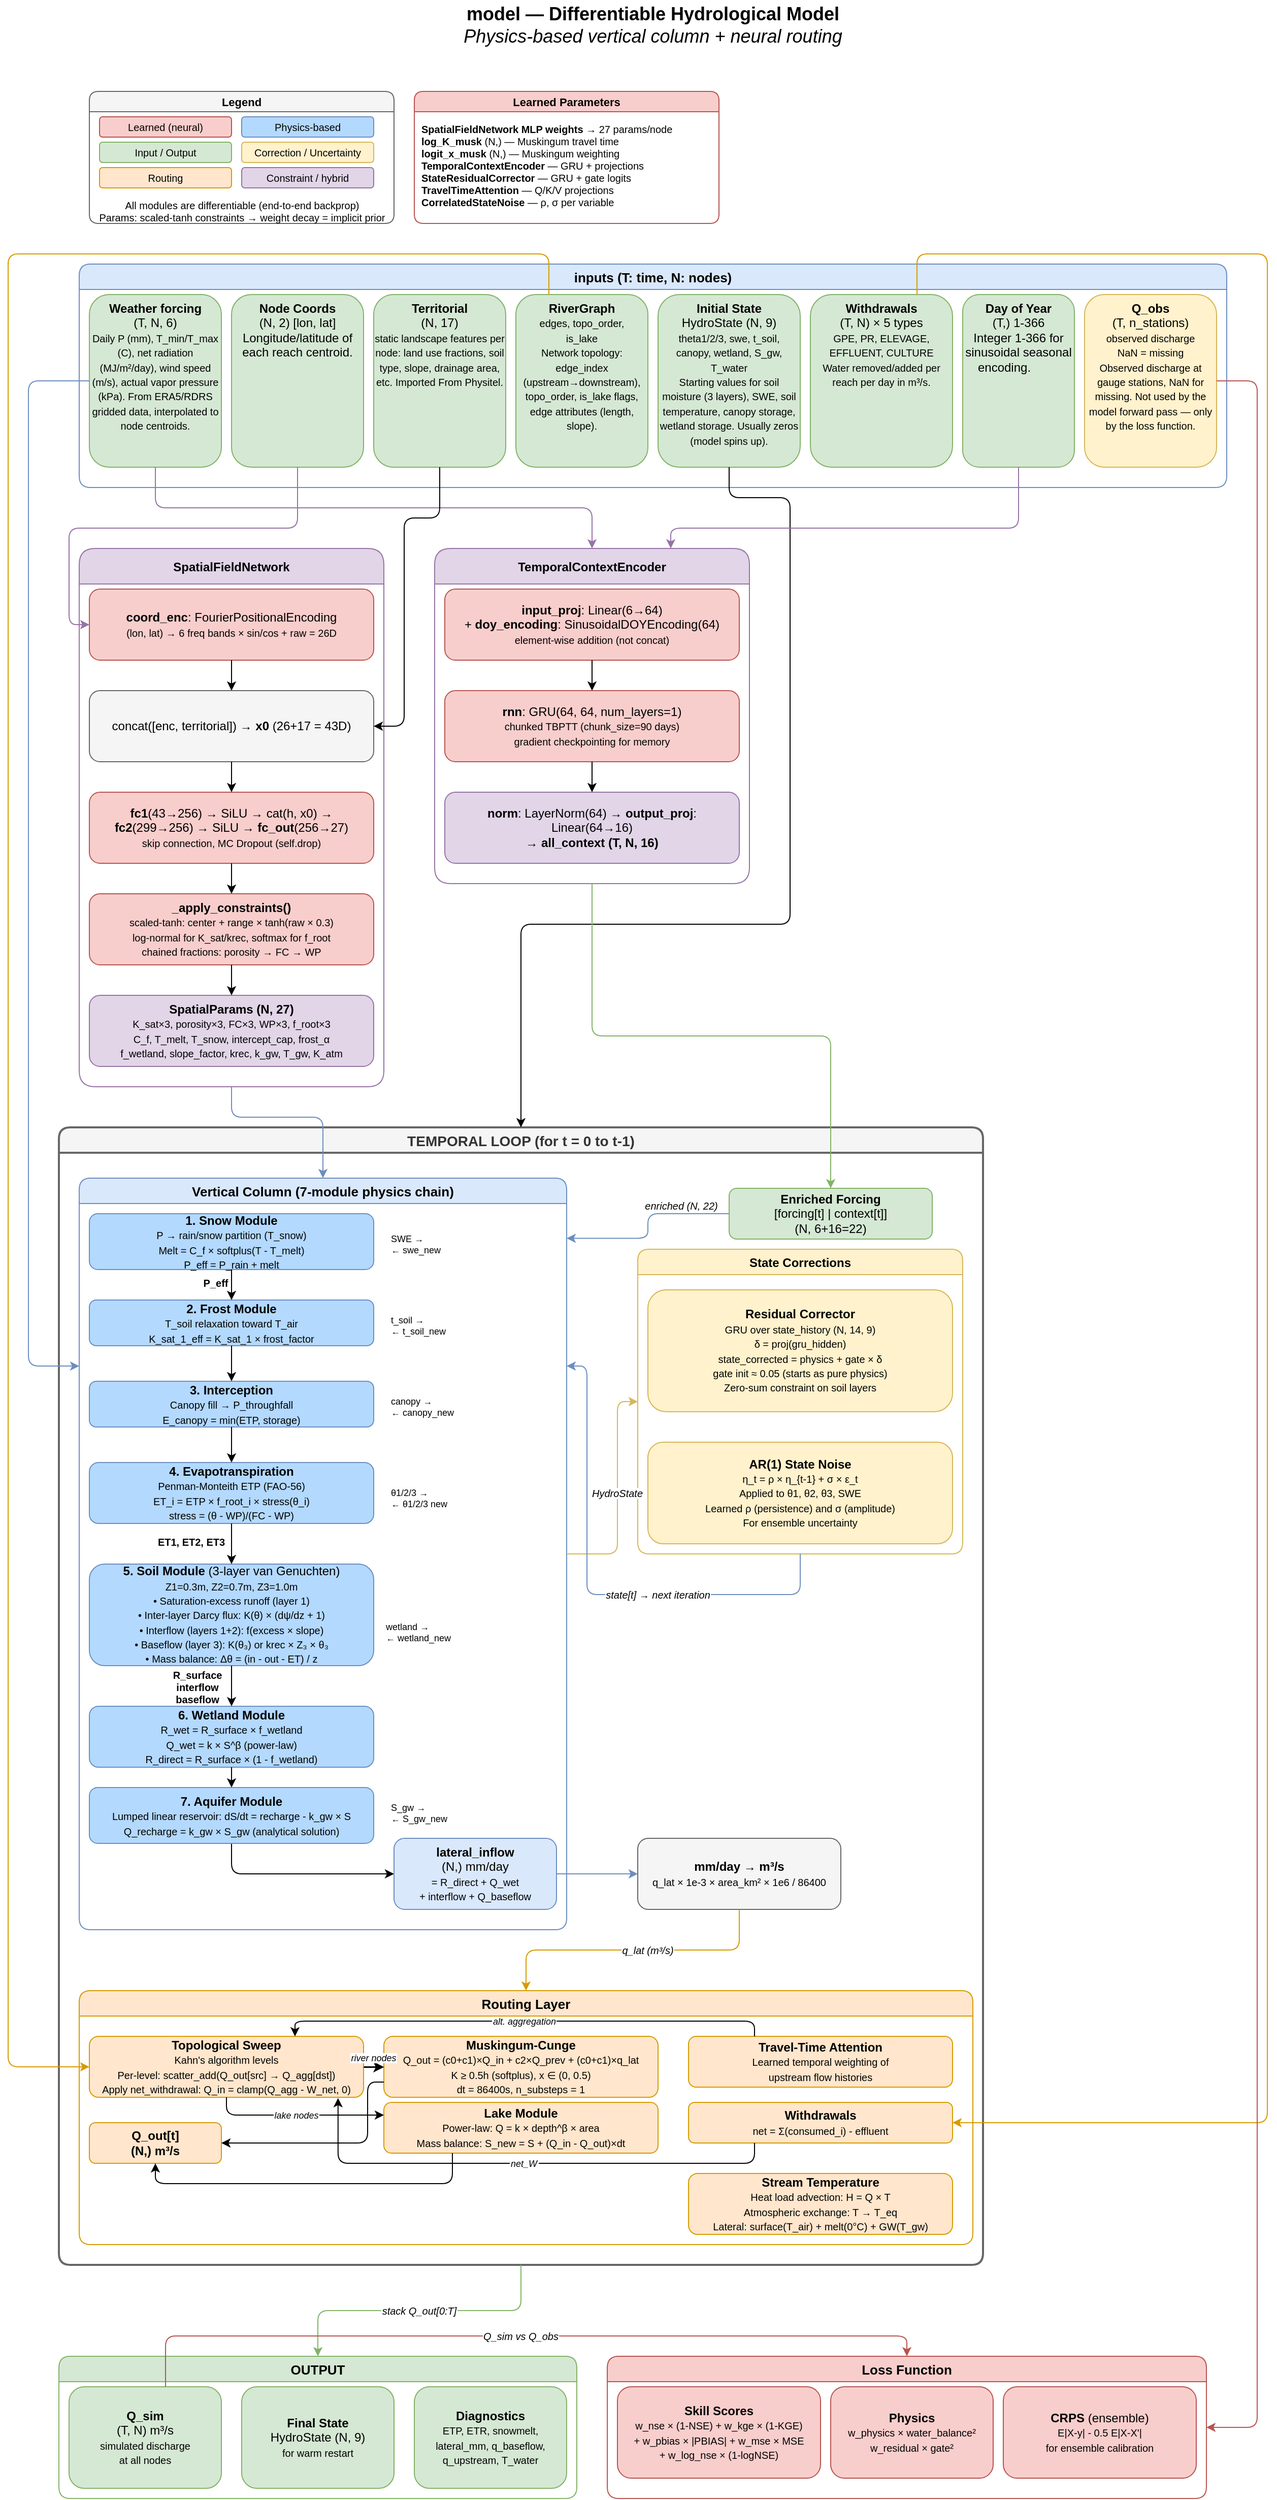
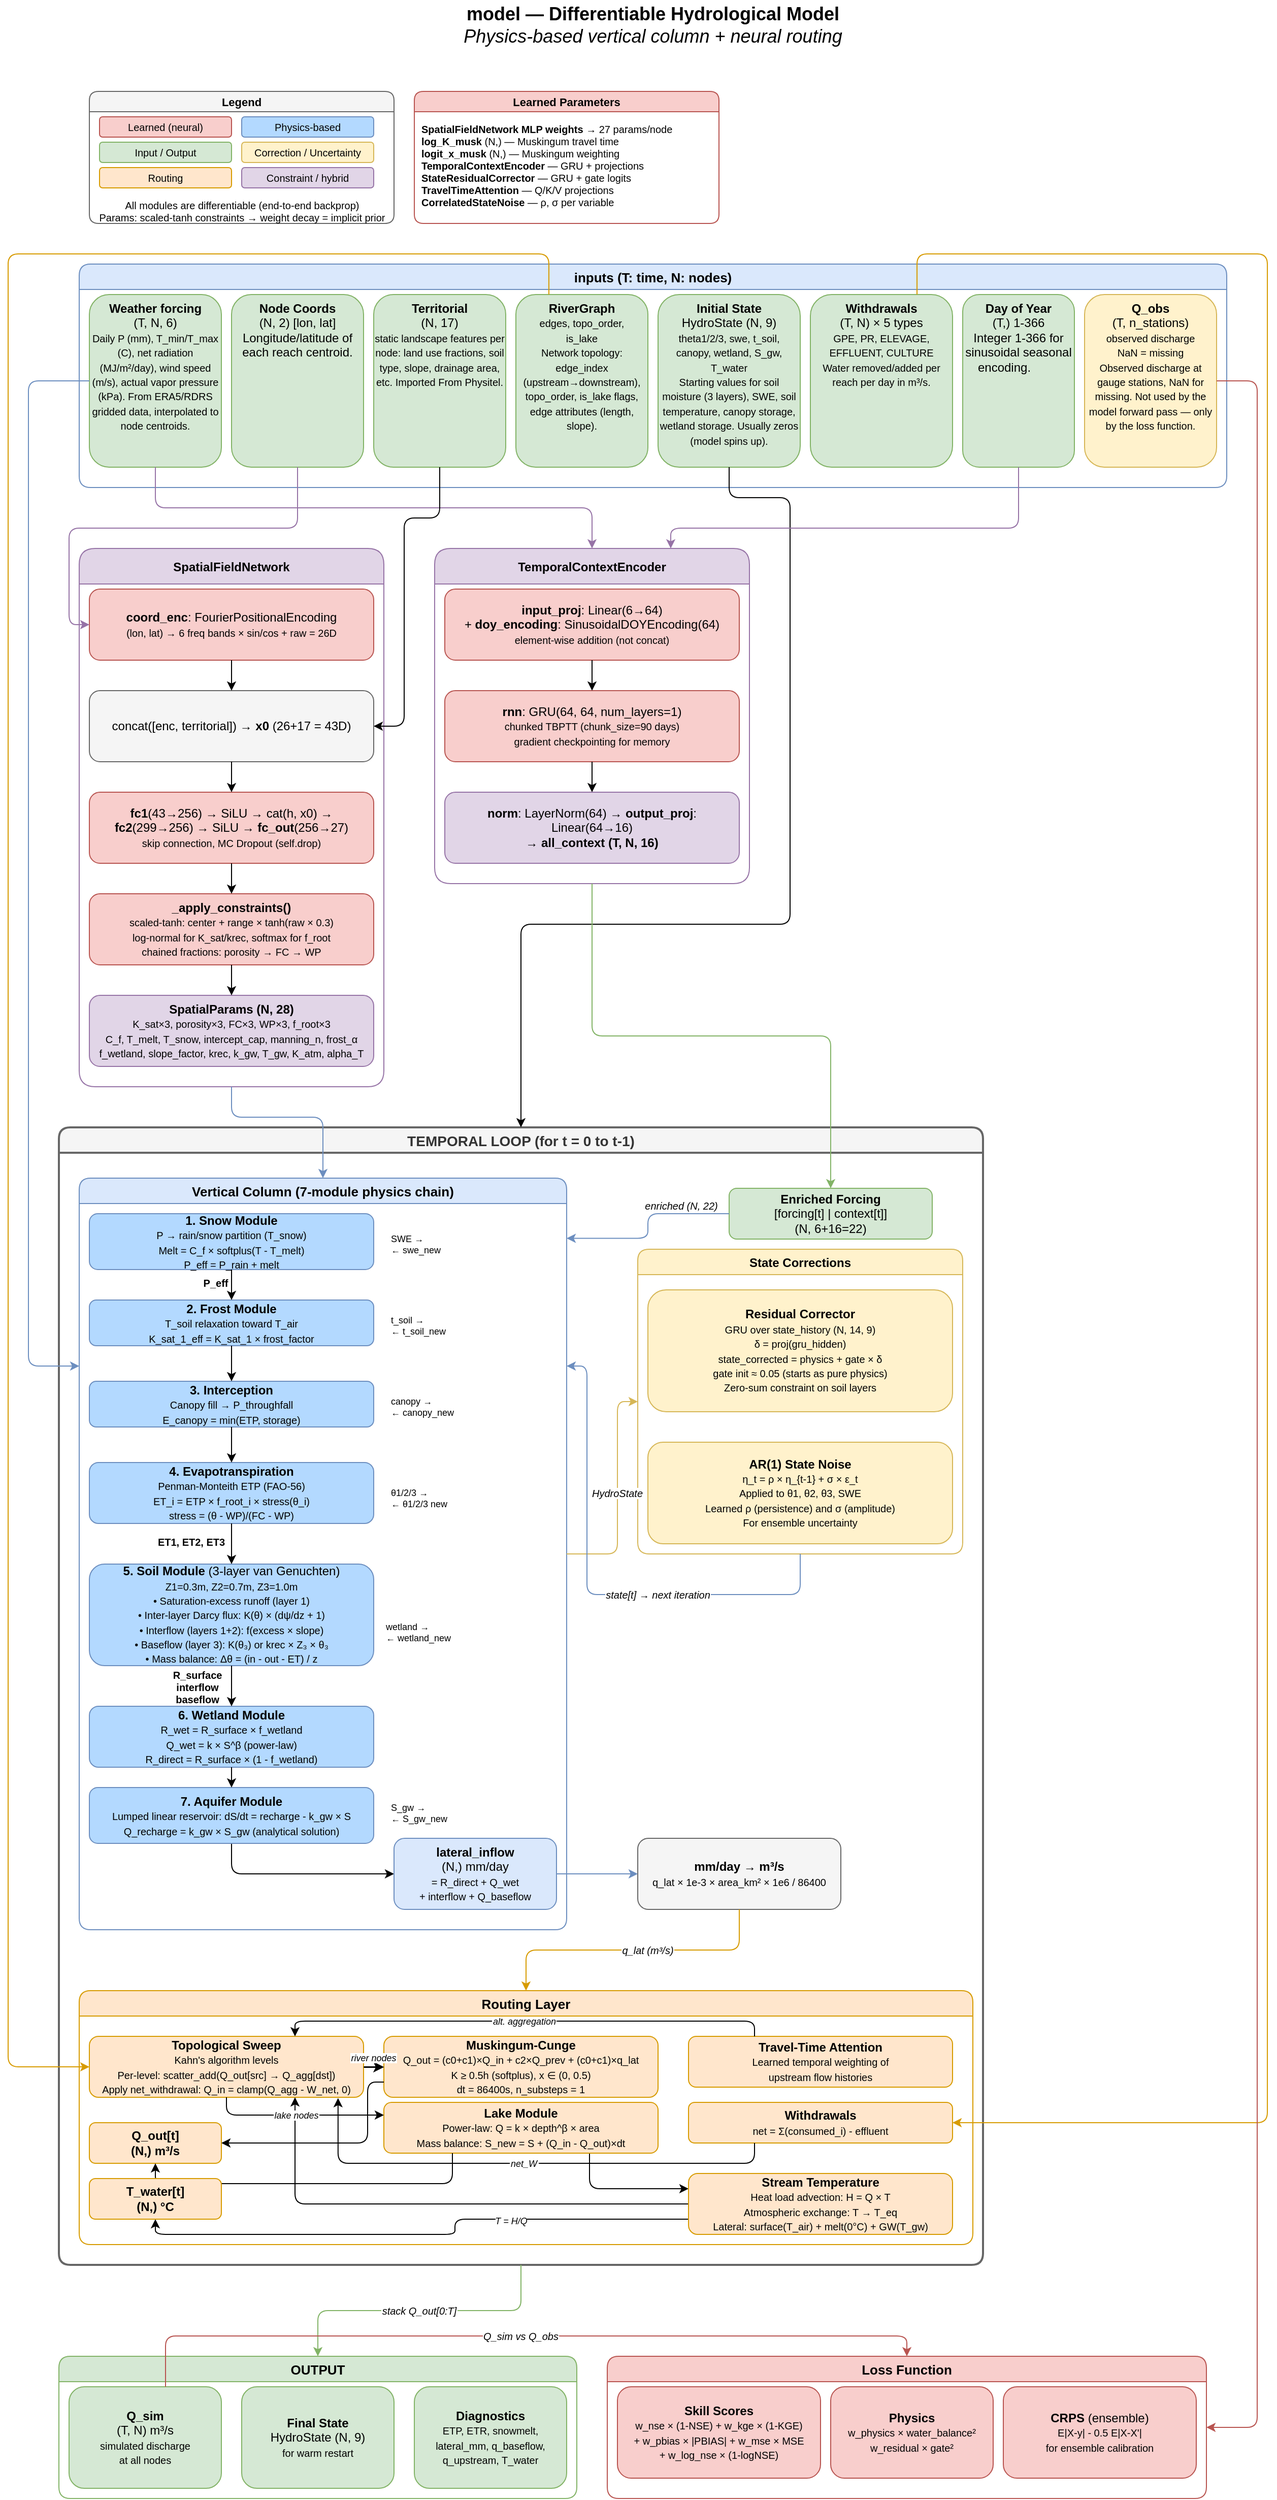
- <mxfile host="Electron" agent="Mozilla/5.0 (X11; Linux x86_64) AppleWebKit/537.36 (KHTML, like Gecko) draw.io/28.2.5 Chrome/138.0.7204.251 Electron/37.6.1 Safari/537.36" version="28.2.5">
+ <mxfile host="Electron" agent="Mozilla/5.0 (Windows NT 10.0; Win64; x64) AppleWebKit/537.36 (KHTML, like Gecko) draw.io/24.4.13 Chrome/124.0.6367.207 Electron/30.0.6 Safari/537.36" modified="2026-03-18T14:20:23.398Z" version="24.4.13" etag="7R538Uy52WXj5OYSt-JN" type="device">
  <diagram name="YHydro Architecture" id="model-arch">
-     <mxGraphModel dx="4844" dy="3473" grid="1" gridSize="10" guides="1" tooltips="1" connect="1" arrows="1" fold="1" page="0" pageScale="1" pageWidth="3300" pageHeight="2400" math="0" shadow="0">
+     <mxGraphModel dx="1834" dy="1644" grid="0" gridSize="10" guides="1" tooltips="1" connect="1" arrows="1" fold="1" page="0" pageScale="1" pageWidth="3300" pageHeight="2400" math="0" shadow="0">
      <root>
        <mxCell id="0" />
        <mxCell id="1" parent="0" />
        <mxCell id="title" value="&lt;b&gt;model — Differentiable Hydrological Model&lt;/b&gt;&lt;br&gt;&lt;i&gt;Physics-based vertical column + neural routing&lt;/i&gt;" style="text;html=1;align=center;verticalAlign=middle;whiteSpace=wrap;fontSize=18;" parent="1" vertex="1">
          <mxGeometry x="315" y="-580" width="600" height="50" as="geometry" />
        </mxCell>
        <mxCell id="grp_inputs" value="inputs (T: time, N: nodes)" style="swimlane;startSize=25;fillColor=#dae8fc;strokeColor=#6c8ebf;rounded=1;fontSize=13;" parent="1" vertex="1">
          <mxGeometry x="50" y="-320" width="1130" height="220" as="geometry" />
        </mxCell>
        <mxCell id="in_forcing" value="&lt;b&gt;Weather forcing&lt;/b&gt;&lt;br&gt;(T, N, 6)&lt;br&gt;&lt;font size=&quot;1&quot;&gt;Daily P (mm), T_min/T_max (C), net radiation (MJ/m²/day), wind speed (m/s), actual vapor pressure (kPa). From ERA5/RDRS gridded data, interpolated to node centroids.&lt;/font&gt;" style="rounded=1;whiteSpace=wrap;html=1;fillColor=#d5e8d4;strokeColor=#82b366;verticalAlign=top;" parent="grp_inputs" vertex="1">
          <mxGeometry x="10" y="30" width="130" height="170" as="geometry" />
        </mxCell>
        <mxCell id="in_coords" value="&lt;b&gt;Node Coords&lt;/b&gt;&lt;br&gt;(N, 2) [lon, lat]&lt;br&gt;Longitude/latitude of each reach centroid." style="rounded=1;whiteSpace=wrap;html=1;fillColor=#d5e8d4;strokeColor=#82b366;verticalAlign=top;" parent="grp_inputs" vertex="1">
          <mxGeometry x="150" y="30" width="130" height="170" as="geometry" />
        </mxCell>
        <mxCell id="in_terr" value="&lt;b&gt;Territorial&lt;/b&gt;&lt;br&gt;(N, 17)&lt;br&gt;&lt;font size=&quot;1&quot;&gt;static landscape features&amp;nbsp;&lt;/font&gt;&lt;span style=&quot;font-size: x-small; background-color: transparent; color: light-dark(rgb(0, 0, 0), rgb(255, 255, 255));&quot;&gt;per node: land use fractions, soil type, slope, drainage area, etc. Imported From Physitel.&lt;/span&gt;" style="rounded=1;whiteSpace=wrap;html=1;fillColor=#d5e8d4;strokeColor=#82b366;verticalAlign=top;" parent="grp_inputs" vertex="1">
          <mxGeometry x="290" y="30" width="130" height="170" as="geometry" />
        </mxCell>
        <mxCell id="in_graph" value="&lt;b&gt;RiverGraph&lt;/b&gt;&lt;br&gt;&lt;font size=&quot;1&quot;&gt;edges, topo_order,&lt;br&gt;is_lake&lt;br&gt;Network topology: edge_index (upstream→downstream), topo_order, is_lake flags, edge attributes (length, slope).&lt;/font&gt;" style="rounded=1;whiteSpace=wrap;html=1;fillColor=#d5e8d4;strokeColor=#82b366;verticalAlign=top;" parent="grp_inputs" vertex="1">
          <mxGeometry x="430" y="30" width="130" height="170" as="geometry" />
        </mxCell>
        <mxCell id="in_state" value="&lt;b&gt;Initial State&lt;/b&gt;&lt;br&gt;HydroState (N, 9)&lt;br&gt;&lt;font size=&quot;1&quot;&gt;theta1/2/3, swe, t_soil,&lt;br&gt;canopy, wetland, S_gw, T_water&lt;br&gt;Starting values for soil moisture (3 layers), SWE, soil temperature, canopy storage, wetland storage. Usually zeros (model spins up).&lt;/font&gt;" style="rounded=1;whiteSpace=wrap;html=1;fillColor=#d5e8d4;strokeColor=#82b366;verticalAlign=top;" parent="grp_inputs" vertex="1">
          <mxGeometry x="570" y="30" width="140" height="170" as="geometry" />
        </mxCell>
        <mxCell id="in_withdraw" value="&lt;b&gt;Withdrawals&lt;/b&gt;&lt;br&gt;(T, N) × 5 types&lt;br&gt;&lt;font size=&quot;1&quot;&gt;GPE, PR, ELEVAGE,&lt;br&gt;EFFLUENT, CULTURE&lt;br&gt;Water removed/added per reach per day in m³/s.&lt;/font&gt;" style="rounded=1;whiteSpace=wrap;html=1;fillColor=#d5e8d4;strokeColor=#82b366;verticalAlign=top;" parent="grp_inputs" vertex="1">
          <mxGeometry x="720" y="30" width="140" height="170" as="geometry" />
        </mxCell>
        <mxCell id="in_doy" value="&lt;b&gt;Day of Year&lt;/b&gt;&lt;br&gt;(T,) 1-366&lt;br&gt;Integer 1-366 for sinusoidal seasonal encoding.&lt;span style=&quot;white-space:pre&quot;&gt;&#x9;&lt;/span&gt;" style="rounded=1;whiteSpace=wrap;html=1;fillColor=#d5e8d4;strokeColor=#82b366;verticalAlign=top;" parent="grp_inputs" vertex="1">
          <mxGeometry x="870" y="30" width="110" height="170" as="geometry" />
        </mxCell>
        <mxCell id="in_qobs" value="&lt;b&gt;Q_obs&lt;/b&gt;&lt;br&gt;(T, n_stations)&lt;br&gt;&lt;font size=&quot;1&quot;&gt;observed discharge&lt;br&gt;NaN = missing&lt;br&gt;Observed discharge at gauge stations, NaN for missing. Not used by the model forward pass — only by the loss function.&lt;/font&gt;" style="rounded=1;whiteSpace=wrap;html=1;fillColor=#fff2cc;strokeColor=#d6b656;verticalAlign=top;" parent="grp_inputs" vertex="1">
          <mxGeometry x="990" y="30" width="130" height="170" as="geometry" />
        </mxCell>
        <mxCell id="grp_spatial" value="SpatialFieldNetwork" style="swimlane;startSize=35;fillColor=#e1d5e7;strokeColor=#9673a6;rounded=1;fontSize=12;" parent="1" vertex="1">
          <mxGeometry x="50" y="-40" width="300" height="530" as="geometry" />
        </mxCell>
        <mxCell id="sp_fourier" value="&lt;b&gt;coord_enc&lt;/b&gt;: FourierPositionalEncoding&lt;br&gt;&lt;font size=&quot;1&quot;&gt;(lon, lat) → 6 freq bands × sin/cos + raw = 26D&lt;/font&gt;" style="rounded=1;whiteSpace=wrap;html=1;fillColor=#f8cecc;strokeColor=#b85450;" parent="grp_spatial" vertex="1">
          <mxGeometry x="10" y="40" width="280" height="70" as="geometry" />
        </mxCell>
        <mxCell id="sp_concat" value="concat([enc, territorial]) → &lt;b&gt;x0&lt;/b&gt; (26+17 = 43D)" style="rounded=1;whiteSpace=wrap;html=1;fillColor=#f5f5f5;strokeColor=#666666;" parent="grp_spatial" vertex="1">
          <mxGeometry x="10" y="140" width="280" height="70" as="geometry" />
        </mxCell>
-         <mxCell id="sp_output" value="&lt;b&gt;SpatialParams (N, 27)&lt;/b&gt;&lt;br&gt;&lt;font size=&quot;1&quot;&gt;K_sat×3, porosity×3, FC×3, WP×3, f_root×3&lt;br&gt;C_f, T_melt, T_snow, intercept_cap, frost_α&lt;br&gt;f_wetland, slope_factor, krec, k_gw, T_gw, K_atm&lt;/font&gt;" style="rounded=1;whiteSpace=wrap;html=1;fillColor=#e1d5e7;strokeColor=#9673a6;fontStyle=0;" parent="grp_spatial" vertex="1">
+         <mxCell id="sp_output" value="&lt;b&gt;SpatialParams (N, 28)&lt;/b&gt;&lt;br&gt;&lt;font size=&quot;1&quot;&gt;K_sat×3, porosity×3, FC×3, WP×3, f_root×3&lt;br&gt;C_f, T_melt, T_snow, intercept_cap, manning_n, frost_α&lt;br&gt;f_wetland, slope_factor, krec, k_gw, T_gw, K_atm, alpha_T&lt;/font&gt;" style="rounded=1;whiteSpace=wrap;html=1;fillColor=#e1d5e7;strokeColor=#9673a6;fontStyle=0;" parent="grp_spatial" vertex="1">
          <mxGeometry x="10" y="440" width="280" height="70" as="geometry" />
        </mxCell>
        <mxCell id="sp_constraints" value="&lt;b&gt;_apply_constraints()&lt;/b&gt;&lt;br&gt;&lt;font size=&quot;1&quot;&gt;scaled-tanh: center + range × tanh(raw × 0.3)&lt;br&gt;log-normal for K_sat/krec, softmax for f_root&lt;br&gt;chained fractions: porosity → FC → WP&lt;/font&gt;" style="rounded=1;whiteSpace=wrap;html=1;fillColor=#f8cecc;strokeColor=#b85450;" parent="grp_spatial" vertex="1">
          <mxGeometry x="10" y="340" width="280" height="70" as="geometry" />
        </mxCell>
        <mxCell id="sp_mlp" value="&lt;b&gt;fc1&lt;/b&gt;(43→256) → SiLU → cat(h, x0) →&lt;br&gt;&lt;b&gt;fc2&lt;/b&gt;(299→256) → SiLU → &lt;b&gt;fc_out&lt;/b&gt;(256→27)&lt;br&gt;&lt;font size=&quot;1&quot;&gt;skip connection, MC Dropout (self.drop)&lt;/font&gt;" style="rounded=1;whiteSpace=wrap;html=1;fillColor=#f8cecc;strokeColor=#b85450;" parent="grp_spatial" vertex="1">
          <mxGeometry x="10" y="240" width="280" height="70" as="geometry" />
        </mxCell>
        <mxCell id="spa1" style="edgeStyle=orthogonalEdgeStyle;strokeWidth=1;" parent="grp_spatial" source="sp_fourier" target="sp_concat" edge="1">
          <mxGeometry relative="1" as="geometry" />
        </mxCell>
        <mxCell id="spa2" style="edgeStyle=orthogonalEdgeStyle;strokeWidth=1;" parent="grp_spatial" source="sp_concat" target="sp_mlp" edge="1">
          <mxGeometry relative="1" as="geometry" />
        </mxCell>
        <mxCell id="spa3" style="edgeStyle=orthogonalEdgeStyle;strokeWidth=1;" parent="grp_spatial" source="sp_mlp" target="sp_constraints" edge="1">
          <mxGeometry relative="1" as="geometry" />
        </mxCell>
        <mxCell id="spa4" style="edgeStyle=orthogonalEdgeStyle;strokeWidth=1;" parent="grp_spatial" source="sp_constraints" target="sp_output" edge="1">
          <mxGeometry relative="1" as="geometry" />
        </mxCell>
        <mxCell id="grp_tce" value="TemporalContextEncoder" style="swimlane;startSize=35;fillColor=#e1d5e7;strokeColor=#9673a6;rounded=1;fontSize=12;" parent="1" vertex="1">
          <mxGeometry x="400" y="-40" width="310" height="330" as="geometry" />
        </mxCell>
        <mxCell id="tce_proj" value="&lt;b&gt;input_proj&lt;/b&gt;: Linear(6→64)&lt;br&gt;+ &lt;b&gt;doy_encoding&lt;/b&gt;: SinusoidalDOYEncoding(64)&lt;br&gt;&lt;font size=&quot;1&quot;&gt;element-wise addition (not concat)&lt;/font&gt;" style="rounded=1;whiteSpace=wrap;html=1;fillColor=#f8cecc;strokeColor=#b85450;" parent="grp_tce" vertex="1">
          <mxGeometry x="10" y="40" width="290" height="70" as="geometry" />
        </mxCell>
        <mxCell id="tce_gru" value="&lt;b&gt;rnn&lt;/b&gt;: GRU(64, 64, num_layers=1)&lt;br&gt;&lt;font size=&quot;1&quot;&gt;chunked TBPTT (chunk_size=90 days)&lt;br&gt;gradient checkpointing for memory&lt;/font&gt;" style="rounded=1;whiteSpace=wrap;html=1;fillColor=#f8cecc;strokeColor=#b85450;" parent="grp_tce" vertex="1">
          <mxGeometry x="10" y="140" width="290" height="70" as="geometry" />
        </mxCell>
        <mxCell id="tce_out" value="&lt;b&gt;norm&lt;/b&gt;: LayerNorm(64) → &lt;b&gt;output_proj&lt;/b&gt;: Linear(64→16)&lt;br&gt;→ &lt;b&gt;all_context (T, N, 16)&lt;/b&gt;" style="rounded=1;whiteSpace=wrap;html=1;fillColor=#e1d5e7;strokeColor=#9673a6;" parent="grp_tce" vertex="1">
          <mxGeometry x="10" y="240" width="290" height="70" as="geometry" />
        </mxCell>
        <mxCell id="tca1" style="edgeStyle=orthogonalEdgeStyle;strokeWidth=1;" parent="grp_tce" source="tce_proj" target="tce_gru" edge="1">
          <mxGeometry relative="1" as="geometry" />
        </mxCell>
        <mxCell id="tca2" style="edgeStyle=orthogonalEdgeStyle;strokeWidth=1;" parent="grp_tce" source="tce_gru" target="tce_out" edge="1">
          <mxGeometry relative="1" as="geometry" />
        </mxCell>
        <mxCell id="grp_temporal" value="TEMPORAL LOOP (for t = 0 to t-1)" style="swimlane;startSize=25;fillColor=#f5f5f5;strokeColor=#666666;strokeWidth=2;rounded=1;fontSize=14;fontColor=#333333;" parent="1" vertex="1">
          <mxGeometry x="30" y="530" width="910" height="1120" as="geometry" />
        </mxCell>
        <mxCell id="enrich" value="&lt;b&gt;Enriched Forcing&lt;/b&gt;&lt;br&gt;[forcing[t] | context[t]]&lt;br&gt;(N, 6+16=22)" style="rounded=1;whiteSpace=wrap;html=1;fillColor=#d5e8d4;strokeColor=#82b366;" parent="grp_temporal" vertex="1">
          <mxGeometry x="660" y="60" width="200" height="50" as="geometry" />
        </mxCell>
        <mxCell id="grp_vertical" value="Vertical Column (7-module physics chain)" style="swimlane;startSize=25;fillColor=#dae8fc;strokeColor=#6c8ebf;rounded=1;fontSize=13;" parent="grp_temporal" vertex="1">
          <mxGeometry x="20" y="50" width="480" height="740" as="geometry" />
        </mxCell>
        <mxCell id="v_snow" value="&lt;b&gt;1. Snow Module&lt;/b&gt;&lt;br&gt;&lt;font size=&quot;1&quot;&gt;P → rain/snow partition (T_snow)&lt;br&gt;Melt = C_f × softplus(T - T_melt)&lt;br&gt;P_eff = P_rain + melt&lt;/font&gt;" style="rounded=1;whiteSpace=wrap;html=1;fillColor=#b3d9ff;strokeColor=#6c8ebf;" parent="grp_vertical" vertex="1">
          <mxGeometry x="10" y="35" width="280" height="55" as="geometry" />
        </mxCell>
        <mxCell id="v_snow_io" value="SWE →&lt;br&gt;← swe_new" style="text;html=1;fontSize=9;align=left;" parent="grp_vertical" vertex="1">
          <mxGeometry x="305" y="47.5" width="80" height="30" as="geometry" />
        </mxCell>
        <mxCell id="v_snow_out" value="&lt;b&gt;P_eff&lt;/b&gt;" style="text;html=1;fontSize=10;fontStyle=1;align=center;verticalAlign=middle;" parent="grp_vertical" vertex="1">
          <mxGeometry x="104" y="95" width="60" height="15" as="geometry" />
        </mxCell>
        <mxCell id="v_frost" value="&lt;b&gt;2. Frost Module&lt;/b&gt;&lt;br&gt;&lt;font size=&quot;1&quot;&gt;T_soil relaxation toward T_air&lt;br&gt;K_sat_1_eff = K_sat_1 × frost_factor&lt;/font&gt;" style="rounded=1;whiteSpace=wrap;html=1;fillColor=#b3d9ff;strokeColor=#6c8ebf;" parent="grp_vertical" vertex="1">
          <mxGeometry x="10" y="120" width="280" height="45" as="geometry" />
        </mxCell>
        <mxCell id="v_frost_io" value="t_soil →&lt;br&gt;← t_soil_new" style="text;html=1;fontSize=9;align=left;" parent="grp_vertical" vertex="1">
          <mxGeometry x="305" y="127.5" width="80" height="30" as="geometry" />
        </mxCell>
        <mxCell id="v_intercept" value="&lt;b&gt;3. Interception&lt;/b&gt;&lt;br&gt;&lt;font size=&quot;1&quot;&gt;Canopy fill → P_throughfall&lt;br&gt;E_canopy = min(ETP, storage)&lt;/font&gt;" style="rounded=1;whiteSpace=wrap;html=1;fillColor=#b3d9ff;strokeColor=#6c8ebf;" parent="grp_vertical" vertex="1">
          <mxGeometry x="10" y="200" width="280" height="45" as="geometry" />
        </mxCell>
        <mxCell id="v_int_io" value="canopy →&lt;br&gt;← canopy_new" style="text;html=1;fontSize=9;align=left;" parent="grp_vertical" vertex="1">
          <mxGeometry x="305" y="207.5" width="90" height="30" as="geometry" />
        </mxCell>
        <mxCell id="v_et" value="&lt;b&gt;4. Evapotranspiration&lt;/b&gt;&lt;br&gt;&lt;font size=&quot;1&quot;&gt;Penman-Monteith ETP (FAO-56)&lt;br&gt;ET_i = ETP × f_root_i × stress(θ_i)&lt;br&gt;stress = (θ - WP)/(FC - WP)&lt;/font&gt;" style="rounded=1;whiteSpace=wrap;html=1;fillColor=#b3d9ff;strokeColor=#6c8ebf;" parent="grp_vertical" vertex="1">
          <mxGeometry x="10" y="280" width="280" height="60" as="geometry" />
        </mxCell>
        <mxCell id="v_et_out" value="&lt;b&gt;ET1, ET2, ET3&lt;/b&gt;" style="text;html=1;fontSize=10;fontStyle=1;align=center;verticalAlign=middle;" parent="grp_vertical" vertex="1">
          <mxGeometry x="60" y="350" width="100" height="15" as="geometry" />
        </mxCell>
        <mxCell id="v_soil" value="&lt;b&gt;5. Soil Module&lt;/b&gt; (3-layer van Genuchten)&lt;br&gt;&lt;font size=&quot;1&quot;&gt;Z1=0.3m, Z2=0.7m, Z3=1.0m&lt;br&gt;• Saturation-excess runoff (layer 1)&lt;br&gt;• Inter-layer Darcy flux: K(θ) × (dψ/dz + 1)&lt;br&gt;• Interflow (layers 1+2): f(excess × slope)&lt;br&gt;• Baseflow (layer 3): K(θ₃) or krec × Z₃ × θ₃&lt;br&gt;• Mass balance: Δθ = (in - out - ET) / z&lt;/font&gt;" style="rounded=1;whiteSpace=wrap;html=1;fillColor=#b3d9ff;strokeColor=#6c8ebf;" parent="grp_vertical" vertex="1">
          <mxGeometry x="10" y="380" width="280" height="100" as="geometry" />
        </mxCell>
        <mxCell id="v_soil_io" value="θ1/2/3 →&lt;br&gt;← θ1/2/3 new" style="text;html=1;fontSize=9;align=left;" parent="grp_vertical" vertex="1">
          <mxGeometry x="305" y="298" width="80" height="30" as="geometry" />
        </mxCell>
        <mxCell id="v_soil_out" value="&lt;b&gt;R_surface&lt;br&gt;interflow&lt;br&gt;baseflow&lt;/b&gt;" style="text;html=1;fontSize=10;fontStyle=1;align=center;" parent="grp_vertical" vertex="1">
          <mxGeometry x="76" y="477" width="80" height="40" as="geometry" />
        </mxCell>
        <mxCell id="v_wetland" value="&lt;b&gt;6. Wetland Module&lt;/b&gt;&lt;br&gt;&lt;font size=&quot;1&quot;&gt;R_wet = R_surface × f_wetland&lt;br&gt;Q_wet = k × S^β (power-law)&lt;br&gt;R_direct = R_surface × (1 - f_wetland)&lt;/font&gt;" style="rounded=1;whiteSpace=wrap;html=1;fillColor=#b3d9ff;strokeColor=#6c8ebf;" parent="grp_vertical" vertex="1">
          <mxGeometry x="10" y="520" width="280" height="60" as="geometry" />
        </mxCell>
        <mxCell id="v_wet_io" value="wetland →&lt;br&gt;← wetland_new" style="text;html=1;fontSize=9;align=left;" parent="grp_vertical" vertex="1">
          <mxGeometry x="300" y="430" width="90" height="30" as="geometry" />
        </mxCell>
        <mxCell id="FtdpPyqYreaSlpyzp5ir-1" style="edgeStyle=orthogonalEdgeStyle;rounded=1;orthogonalLoop=1;jettySize=auto;html=1;exitX=0.5;exitY=1;exitDx=0;exitDy=0;entryX=0;entryY=0.5;entryDx=0;entryDy=0;curved=0;" parent="grp_vertical" source="v_aquifer" target="v_wet_out" edge="1">
          <mxGeometry relative="1" as="geometry" />
        </mxCell>
        <mxCell id="v_aquifer" value="&lt;b&gt;7. Aquifer Module&lt;/b&gt;&lt;br&gt;&lt;font size=&quot;1&quot;&gt;Lumped linear reservoir: dS/dt = recharge - k_gw × S&lt;br&gt;Q_recharge = k_gw × S_gw (analytical solution)&lt;/font&gt;" style="rounded=1;whiteSpace=wrap;html=1;fillColor=#b3d9ff;strokeColor=#6c8ebf;" parent="grp_vertical" vertex="1">
          <mxGeometry x="10" y="600" width="280" height="55" as="geometry" />
        </mxCell>
        <mxCell id="v_aq_io" value="S_gw →&lt;br&gt;← S_gw_new" style="text;html=1;fontSize=9;align=left;" parent="grp_vertical" vertex="1">
          <mxGeometry x="305" y="608" width="80" height="30" as="geometry" />
        </mxCell>
        <mxCell id="va6" style="edgeStyle=orthogonalEdgeStyle;strokeWidth=1;" parent="grp_vertical" source="v_wetland" target="v_aquifer" edge="1">
          <mxGeometry relative="1" as="geometry" />
        </mxCell>
        <mxCell id="v_wet_out" value="&lt;b&gt;lateral_inflow&lt;/b&gt;&lt;br&gt;(N,) mm/day&lt;br&gt;&lt;font size=&quot;1&quot;&gt;= R_direct + Q_wet&lt;br&gt;+ interflow + Q_baseflow&lt;/font&gt;" style="rounded=1;whiteSpace=wrap;html=1;fillColor=#dae8fc;strokeColor=#6c8ebf;fontStyle=0;" parent="grp_vertical" vertex="1">
          <mxGeometry x="310" y="650" width="160" height="70" as="geometry" />
        </mxCell>
        <mxCell id="va1" style="edgeStyle=orthogonalEdgeStyle;strokeWidth=1;" parent="grp_vertical" source="v_snow" target="v_frost" edge="1">
          <mxGeometry relative="1" as="geometry" />
        </mxCell>
        <mxCell id="va2" style="edgeStyle=orthogonalEdgeStyle;strokeWidth=1;" parent="grp_vertical" source="v_frost" target="v_intercept" edge="1">
          <mxGeometry relative="1" as="geometry" />
        </mxCell>
        <mxCell id="va3" style="edgeStyle=orthogonalEdgeStyle;strokeWidth=1;" parent="grp_vertical" source="v_intercept" target="v_et" edge="1">
          <mxGeometry relative="1" as="geometry" />
        </mxCell>
        <mxCell id="va4" style="edgeStyle=orthogonalEdgeStyle;strokeWidth=1;" parent="grp_vertical" source="v_et" target="v_soil" edge="1">
          <mxGeometry relative="1" as="geometry" />
        </mxCell>
        <mxCell id="va5" style="edgeStyle=orthogonalEdgeStyle;strokeWidth=1;" parent="grp_vertical" source="v_soil" target="v_wetland" edge="1">
          <mxGeometry relative="1" as="geometry" />
        </mxCell>
        <mxCell id="grp_corrections" value="State Corrections" style="swimlane;startSize=25;fillColor=#fff2cc;strokeColor=#d6b656;rounded=1;fontSize=12;" parent="grp_temporal" vertex="1">
          <mxGeometry x="570" y="120" width="320" height="300" as="geometry" />
        </mxCell>
        <mxCell id="residual" value="&lt;b&gt;Residual Corrector&lt;/b&gt;&lt;br&gt;&lt;font size=&quot;1&quot;&gt;GRU over state_history (N, 14, 9)&lt;br&gt;δ = proj(gru_hidden)&lt;br&gt;state_corrected = physics + gate × δ&lt;br&gt;gate init ≈ 0.05 (starts as pure physics)&lt;br&gt;Zero-sum constraint on soil layers&lt;/font&gt;" style="rounded=1;whiteSpace=wrap;html=1;fillColor=#fff2cc;strokeColor=#d6b656;" parent="grp_corrections" vertex="1">
          <mxGeometry x="10" y="40" width="300" height="120" as="geometry" />
        </mxCell>
        <mxCell id="noise" value="&lt;b&gt;AR(1) State Noise&lt;/b&gt;&lt;br&gt;&lt;font size=&quot;1&quot;&gt;η_t = ρ × η_{t-1} + σ × ε_t&lt;br&gt;Applied to θ1, θ2, θ3, SWE&lt;br&gt;Learned ρ (persistence) and σ (amplitude)&lt;br&gt;For ensemble uncertainty&lt;/font&gt;" style="rounded=1;whiteSpace=wrap;html=1;fillColor=#fff2cc;strokeColor=#d6b656;" parent="grp_corrections" vertex="1">
          <mxGeometry x="10" y="190" width="300" height="100" as="geometry" />
        </mxCell>
        <mxCell id="arr_vc" value="HydroState" style="edgeStyle=orthogonalEdgeStyle;curved=0;strokeWidth=1;strokeColor=#d6b656;fontStyle=2;fontSize=10;rounded=1;fillColor=#fff2cc;" parent="grp_temporal" source="grp_vertical" target="grp_corrections" edge="1">
          <mxGeometry relative="1" as="geometry">
            <Array as="points">
              <mxPoint x="550" y="420" />
              <mxPoint x="550" y="270" />
            </Array>
          </mxGeometry>
        </mxCell>
        <mxCell id="convert" value="&lt;b&gt;mm/day → m³/s&lt;/b&gt;&lt;br&gt;&lt;font size=&quot;1&quot;&gt;q_lat × 1e-3 × area_km² × 1e6 / 86400&lt;/font&gt;" style="rounded=1;whiteSpace=wrap;html=1;fillColor=#f5f5f5;strokeColor=#666666;" parent="grp_temporal" vertex="1">
          <mxGeometry x="570" y="700" width="200" height="70" as="geometry" />
        </mxCell>
        <mxCell id="arr_lat_conv" style="edgeStyle=orthogonalEdgeStyle;curved=1;strokeWidth=1;strokeColor=#6c8ebf;" parent="grp_temporal" source="v_wet_out" target="convert" edge="1">
          <mxGeometry relative="1" as="geometry" />
        </mxCell>
        <mxCell id="grp_routing" value="Routing Layer" style="swimlane;startSize=25;fillColor=#ffe6cc;strokeColor=#d79b00;rounded=1;fontSize=13;" parent="grp_temporal" vertex="1">
          <mxGeometry x="20" y="850" width="880" height="250" as="geometry" />
        </mxCell>
        <mxCell id="r_topo" value="&lt;b&gt;Topological Sweep&lt;/b&gt;&lt;br&gt;&lt;font size=&quot;1&quot;&gt;Kahn&#39;s algorithm levels&lt;br&gt;Per-level: scatter_add(Q_out[src] → Q_agg[dst])&lt;br&gt;Apply net_withdrawal: Q_in = clamp(Q_agg - W_net, 0)&lt;/font&gt;" style="rounded=1;whiteSpace=wrap;html=1;fillColor=#ffe6cc;strokeColor=#d79b00;" parent="grp_routing" vertex="1">
          <mxGeometry x="10" y="45" width="270" height="60" as="geometry" />
        </mxCell>
        <mxCell id="r_musk" value="&lt;b&gt;Muskingum-Cunge&lt;/b&gt;&lt;br&gt;&lt;font size=&quot;1&quot;&gt;Q_out = (c0+c1)×Q_in + c2×Q_prev + (c0+c1)×q_lat&lt;br&gt;K ≥ 0.5h (softplus), x ∈ (0, 0.5)&lt;br&gt;dt = 86400s, n_substeps = 1&lt;/font&gt;" style="rounded=1;whiteSpace=wrap;html=1;fillColor=#ffe6cc;strokeColor=#d79b00;" parent="grp_routing" vertex="1">
          <mxGeometry x="300" y="45" width="270" height="60" as="geometry" />
        </mxCell>
+         <mxCell id="7Cas0O6MVhgDN1_rKOWy-2" style="edgeStyle=orthogonalEdgeStyle;rounded=1;orthogonalLoop=1;jettySize=auto;html=1;exitX=0.75;exitY=1;exitDx=0;exitDy=0;entryX=0;entryY=0.25;entryDx=0;entryDy=0;curved=0;" edge="1" parent="grp_routing" source="r_lake" target="r_temp">
+           <mxGeometry relative="1" as="geometry" />
+         </mxCell>
        <mxCell id="r_lake" value="&lt;b&gt;Lake Module&lt;/b&gt;&lt;br&gt;&lt;font size=&quot;1&quot;&gt;Power-law: Q = k × depth^β × area&lt;br&gt;Mass balance: S_new = S + (Q_in - Q_out)×dt&lt;/font&gt;" style="rounded=1;whiteSpace=wrap;html=1;fillColor=#ffe6cc;strokeColor=#d79b00;" parent="grp_routing" vertex="1">
          <mxGeometry x="300" y="110" width="270" height="50" as="geometry" />
        </mxCell>
        <mxCell id="r_tta" value="&lt;b&gt;Travel-Time Attention&lt;/b&gt;&lt;br&gt;&lt;font size=&quot;1&quot;&gt;Learned temporal weighting of&lt;br&gt;upstream flow histories&lt;/font&gt;" style="rounded=1;whiteSpace=wrap;html=1;fillColor=#ffe6cc;strokeColor=#d79b00;" parent="grp_routing" vertex="1">
          <mxGeometry x="600" y="45" width="260" height="50" as="geometry" />
        </mxCell>
        <mxCell id="r_withdraw" value="&lt;b&gt;Withdrawals&lt;/b&gt;&lt;br&gt;&lt;font size=&quot;1&quot;&gt;net = Σ(consumed_i) - effluent&lt;/font&gt;" style="rounded=1;whiteSpace=wrap;html=1;fillColor=#ffe6cc;strokeColor=#d79b00;" parent="grp_routing" vertex="1">
          <mxGeometry x="600" y="110" width="260" height="40" as="geometry" />
+         </mxCell>
+         <mxCell id="7Cas0O6MVhgDN1_rKOWy-1" style="edgeStyle=orthogonalEdgeStyle;rounded=1;orthogonalLoop=1;jettySize=auto;html=1;exitX=0;exitY=0.5;exitDx=0;exitDy=0;entryX=0.75;entryY=1;entryDx=0;entryDy=0;curved=0;" edge="1" parent="grp_routing" source="r_temp" target="r_topo">
+           <mxGeometry relative="1" as="geometry" />
+         </mxCell>
+         <mxCell id="7Cas0O6MVhgDN1_rKOWy-4" style="edgeStyle=orthogonalEdgeStyle;rounded=1;orthogonalLoop=1;jettySize=auto;html=1;exitX=0;exitY=0.75;exitDx=0;exitDy=0;entryX=0.5;entryY=1;entryDx=0;entryDy=0;curved=0;" edge="1" parent="grp_routing" source="r_temp" target="r_twater_out">
+           <mxGeometry relative="1" as="geometry">
+             <Array as="points">
+               <mxPoint x="370" y="225" />
+               <mxPoint x="370" y="240" />
+               <mxPoint x="75" y="240" />
+             </Array>
+           </mxGeometry>
+         </mxCell>
+         <mxCell id="7Cas0O6MVhgDN1_rKOWy-5" value="&lt;span style=&quot;font-size: 9px; font-style: italic;&quot;&gt;T = H/Q&lt;/span&gt;" style="edgeLabel;html=1;align=center;verticalAlign=middle;resizable=0;points=[];" vertex="1" connectable="0" parent="7Cas0O6MVhgDN1_rKOWy-4">
+           <mxGeometry x="-0.3699" y="1" relative="1" as="geometry">
+             <mxPoint as="offset" />
+           </mxGeometry>
        </mxCell>
        <mxCell id="r_temp" value="&lt;b&gt;Stream Temperature&lt;/b&gt;&lt;br&gt;&lt;font size=&quot;1&quot;&gt;Heat load advection: H = Q × T&lt;br&gt;Atmospheric exchange: T → T_eq&lt;br&gt;Lateral: surface(T_air) + melt(0°C) + GW(T_gw)&lt;/font&gt;" style="rounded=1;whiteSpace=wrap;html=1;fillColor=#ffe6cc;strokeColor=#d79b00;" parent="grp_routing" vertex="1">
          <mxGeometry x="600" y="180" width="260" height="60" as="geometry" />
        </mxCell>
        <mxCell id="r_qout" value="&lt;b&gt;Q_out[t]&lt;/b&gt;&lt;br&gt;(N,) m³/s" style="rounded=1;whiteSpace=wrap;html=1;fillColor=#ffe6cc;strokeColor=#d79b00;fontStyle=1;" parent="grp_routing" vertex="1">
          <mxGeometry x="10" y="130" width="130" height="40" as="geometry" />
        </mxCell>
        <mxCell id="ra1" value="river nodes" style="edgeStyle=orthogonalEdgeStyle;strokeWidth=1.5;fontStyle=2;fontSize=9;" parent="grp_routing" source="r_topo" target="r_musk" edge="1">
          <mxGeometry y="9" relative="1" as="geometry">
            <mxPoint as="offset" />
          </mxGeometry>
        </mxCell>
        <mxCell id="ra2" style="edgeStyle=orthogonalEdgeStyle;strokeWidth=1;entryX=1;entryY=0.5;entryDx=0;entryDy=0;exitX=0;exitY=0.75;exitDx=0;exitDy=0;" parent="grp_routing" source="r_musk" target="r_qout" edge="1">
          <mxGeometry relative="1" as="geometry">
            <Array as="points">
              <mxPoint x="284" y="90" />
              <mxPoint x="284" y="150" />
            </Array>
          </mxGeometry>
        </mxCell>
        <mxCell id="ra3" value="lake nodes" style="edgeStyle=orthogonalEdgeStyle;strokeWidth=1;fontStyle=2;fontSize=9;exitX=0.5;exitY=1;exitDx=0;exitDy=0;entryX=0;entryY=0.25;entryDx=0;entryDy=0;" parent="grp_routing" source="r_topo" target="r_lake" edge="1">
          <mxGeometry relative="1" as="geometry" />
        </mxCell>
        <mxCell id="ra4" style="edgeStyle=orthogonalEdgeStyle;strokeWidth=1;exitX=0.25;exitY=1;exitDx=0;exitDy=0;entryX=0.5;entryY=1;entryDx=0;entryDy=0;" parent="grp_routing" source="r_lake" target="r_qout" edge="1">
          <mxGeometry relative="1" as="geometry">
            <Array as="points">
              <mxPoint x="368" y="190" />
              <mxPoint x="75" y="190" />
            </Array>
          </mxGeometry>
        </mxCell>
        <mxCell id="ra5" value="net_W" style="edgeStyle=orthogonalEdgeStyle;strokeWidth=1;fontStyle=2;fontSize=9;exitX=0.25;exitY=1;exitDx=0;exitDy=0;entryX=0.907;entryY=1.013;entryDx=0;entryDy=0;entryPerimeter=0;" parent="grp_routing" source="r_withdraw" target="r_topo" edge="1">
          <mxGeometry relative="1" as="geometry">
            <Array as="points">
              <mxPoint x="665" y="170" />
              <mxPoint x="255" y="170" />
            </Array>
          </mxGeometry>
        </mxCell>
        <mxCell id="ra6" value="alt. aggregation" style="edgeStyle=orthogonalEdgeStyle;strokeWidth=1;fontStyle=2;fontSize=9;exitX=0.25;exitY=0;exitDx=0;exitDy=0;entryX=0.75;entryY=0;entryDx=0;entryDy=0;" parent="grp_routing" source="r_tta" target="r_topo" edge="1">
          <mxGeometry relative="1" as="geometry">
            <Array as="points">
              <mxPoint x="665" y="30" />
              <mxPoint x="213" y="30" />
            </Array>
          </mxGeometry>
+         </mxCell>
+         <mxCell id="r_twater_out" value="&lt;b&gt;T_water[t]&lt;/b&gt;&lt;br&gt;(N,) °C" style="rounded=1;whiteSpace=wrap;html=1;fillColor=#ffe6cc;strokeColor=#d79b00;fontStyle=1;" parent="grp_routing" vertex="1">
+           <mxGeometry x="10" y="185" width="130" height="40" as="geometry" />
        </mxCell>
        <mxCell id="arr_conv_route" value="q_lat (m³/s)" style="edgeStyle=orthogonalEdgeStyle;curved=0;strokeWidth=1;strokeColor=#d79b00;fontStyle=2;fontSize=10;rounded=1;" parent="grp_temporal" source="convert" target="grp_routing" edge="1">
          <mxGeometry x="-0.1034" relative="1" as="geometry">
            <mxPoint as="offset" />
          </mxGeometry>
        </mxCell>
        <mxCell id="arr_enrich_vc" value="enriched (N, 22)" style="edgeStyle=orthogonalEdgeStyle;curved=0;strokeWidth=1;strokeColor=#6c8ebf;fontStyle=2;fontSize=10;entryX=1;entryY=0.08;entryDx=0;entryDy=0;exitX=0;exitY=0.5;exitDx=0;exitDy=0;rounded=1;fillColor=#dae8fc;verticalAlign=middle;" parent="grp_temporal" source="enrich" target="grp_vertical" edge="1">
          <mxGeometry x="-0.4897" y="-8" relative="1" as="geometry">
            <mxPoint as="offset" />
          </mxGeometry>
        </mxCell>
        <mxCell id="arr_corrections_feedback" value="state[t] → next iteration" style="edgeStyle=orthogonalEdgeStyle;curved=0;strokeWidth=1;strokeColor=#6c8ebf;fontStyle=2;fontSize=10;exitX=0.5;exitY=1;exitDx=0;exitDy=0;entryX=1;entryY=0.25;entryDx=0;entryDy=0;rounded=1;fillColor=#dae8fc;" parent="grp_temporal" source="grp_corrections" target="grp_vertical" edge="1">
          <mxGeometry x="-0.2727" relative="1" as="geometry">
            <Array as="points">
              <mxPoint x="730" y="460" />
              <mxPoint x="520" y="460" />
              <mxPoint x="520" y="235" />
            </Array>
            <mxPoint as="offset" />
          </mxGeometry>
        </mxCell>
        <mxCell id="grp_output" value="OUTPUT" style="swimlane;startSize=25;fillColor=#d5e8d4;strokeColor=#82b366;rounded=1;fontSize=13;" parent="1" vertex="1">
          <mxGeometry x="30" y="1740" width="510" height="140" as="geometry" />
        </mxCell>
        <mxCell id="out_qsim" value="&lt;b&gt;Q_sim&lt;/b&gt;&lt;br&gt;(T, N) m³/s&lt;br&gt;&lt;font size=&quot;1&quot;&gt;simulated discharge&lt;br&gt;at all nodes&lt;/font&gt;" style="rounded=1;whiteSpace=wrap;html=1;fillColor=#d5e8d4;strokeColor=#82b366;" parent="grp_output" vertex="1">
          <mxGeometry x="10" y="30" width="150" height="100" as="geometry" />
        </mxCell>
        <mxCell id="out_state" value="&lt;b&gt;Final State&lt;/b&gt;&lt;br&gt;HydroState (N, 9)&lt;br&gt;&lt;font size=&quot;1&quot;&gt;for warm restart&lt;/font&gt;" style="rounded=1;whiteSpace=wrap;html=1;fillColor=#d5e8d4;strokeColor=#82b366;" parent="grp_output" vertex="1">
          <mxGeometry x="180" y="30" width="150" height="100" as="geometry" />
        </mxCell>
        <mxCell id="out_diag" value="&lt;b&gt;Diagnostics&lt;/b&gt;&lt;br&gt;&lt;font size=&quot;1&quot;&gt;ETP, ETR, snowmelt,&lt;br&gt;lateral_mm, q_baseflow,&lt;br&gt;q_upstream, T_water&lt;/font&gt;" style="rounded=1;whiteSpace=wrap;html=1;fillColor=#d5e8d4;strokeColor=#82b366;" parent="grp_output" vertex="1">
          <mxGeometry x="350" y="30" width="150" height="100" as="geometry" />
        </mxCell>
        <mxCell id="arr_loop_out" value="stack Q_out[0:T]" style="edgeStyle=orthogonalEdgeStyle;curved=0;strokeWidth=1;strokeColor=#82b366;fontStyle=2;fontSize=10;exitX=0.5;exitY=1;exitDx=0;exitDy=0;rounded=1;" parent="1" source="grp_temporal" target="grp_output" edge="1">
          <mxGeometry relative="1" as="geometry">
            <mxPoint x="525" y="1590" as="sourcePoint" />
          </mxGeometry>
        </mxCell>
        <mxCell id="grp_loss" value="Loss Function" style="swimlane;startSize=25;fillColor=#f8cecc;strokeColor=#b85450;rounded=1;fontSize=13;" parent="1" vertex="1">
          <mxGeometry x="570" y="1740" width="590" height="140" as="geometry" />
        </mxCell>
        <mxCell id="loss_skill" value="&lt;b&gt;Skill Scores&lt;/b&gt;&lt;br&gt;&lt;font size=&quot;1&quot;&gt;w_nse × (1-NSE) + w_kge × (1-KGE)&lt;br&gt;+ w_pbias × |PBIAS| + w_mse × MSE&lt;br&gt;+ w_log_nse × (1-logNSE)&lt;/font&gt;" style="rounded=1;whiteSpace=wrap;html=1;fillColor=#f8cecc;strokeColor=#b85450;" parent="grp_loss" vertex="1">
          <mxGeometry x="10" y="30" width="200" height="90" as="geometry" />
        </mxCell>
        <mxCell id="loss_phys" value="&lt;b&gt;Physics&lt;/b&gt;&lt;br&gt;&lt;font size=&quot;1&quot;&gt;w_physics × water_balance²&lt;br&gt;w_residual × gate²&lt;/font&gt;" style="rounded=1;whiteSpace=wrap;html=1;fillColor=#f8cecc;strokeColor=#b85450;" parent="grp_loss" vertex="1">
          <mxGeometry x="220" y="30" width="160" height="90" as="geometry" />
        </mxCell>
        <mxCell id="loss_crps" value="&lt;b&gt;CRPS&lt;/b&gt; (ensemble)&lt;br&gt;&lt;font size=&quot;1&quot;&gt;E|X-y| - 0.5 E|X-X&#39;|&lt;br&gt;for ensemble calibration&lt;/font&gt;" style="rounded=1;whiteSpace=wrap;html=1;fillColor=#f8cecc;strokeColor=#b85450;" parent="grp_loss" vertex="1">
          <mxGeometry x="390" y="30" width="190" height="90" as="geometry" />
        </mxCell>
        <mxCell id="arr_qsim_loss" value="Q_sim vs Q_obs" style="edgeStyle=orthogonalEdgeStyle;curved=0;strokeWidth=1;strokeColor=#b85450;fontStyle=2;fontSize=10;rounded=1;" parent="1" source="out_qsim" target="grp_loss" edge="1">
          <mxGeometry relative="1" as="geometry">
            <Array as="points">
              <mxPoint x="135" y="1720" />
              <mxPoint x="865" y="1720" />
            </Array>
          </mxGeometry>
        </mxCell>
        <mxCell id="legend" value="Legend" style="swimlane;startSize=20;fillColor=#f5f5f5;strokeColor=#666666;rounded=1;fontSize=11;" parent="1" vertex="1">
          <mxGeometry x="60" y="-490" width="300" height="130" as="geometry" />
        </mxCell>
        <mxCell id="leg1" value="Learned (neural)" style="rounded=1;whiteSpace=wrap;html=1;fillColor=#f8cecc;strokeColor=#b85450;fontSize=10;" parent="legend" vertex="1">
          <mxGeometry x="10" y="25" width="130" height="20" as="geometry" />
        </mxCell>
        <mxCell id="leg2" value="Physics-based" style="rounded=1;whiteSpace=wrap;html=1;fillColor=#b3d9ff;strokeColor=#6c8ebf;fontSize=10;" parent="legend" vertex="1">
          <mxGeometry x="150" y="25" width="130" height="20" as="geometry" />
        </mxCell>
        <mxCell id="leg3" value="Input / Output" style="rounded=1;whiteSpace=wrap;html=1;fillColor=#d5e8d4;strokeColor=#82b366;fontSize=10;" parent="legend" vertex="1">
          <mxGeometry x="10" y="50" width="130" height="20" as="geometry" />
        </mxCell>
        <mxCell id="leg4" value="Correction / Uncertainty" style="rounded=1;whiteSpace=wrap;html=1;fillColor=#fff2cc;strokeColor=#d6b656;fontSize=10;" parent="legend" vertex="1">
          <mxGeometry x="150" y="50" width="130" height="20" as="geometry" />
        </mxCell>
        <mxCell id="leg5" value="Routing" style="rounded=1;whiteSpace=wrap;html=1;fillColor=#ffe6cc;strokeColor=#d79b00;fontSize=10;" parent="legend" vertex="1">
          <mxGeometry x="10" y="75" width="130" height="20" as="geometry" />
        </mxCell>
        <mxCell id="leg6" value="Constraint / hybrid" style="rounded=1;whiteSpace=wrap;html=1;fillColor=#e1d5e7;strokeColor=#9673a6;fontSize=10;" parent="legend" vertex="1">
          <mxGeometry x="150" y="75" width="130" height="20" as="geometry" />
        </mxCell>
        <mxCell id="leg_note" value="&lt;font size=&quot;1&quot;&gt;All modules are differentiable (end-to-end backprop)&lt;br&gt;Params: scaled-tanh constraints → weight decay = implicit prior&lt;/font&gt;" style="text;html=1;align=center;fontSize=9;" parent="legend" vertex="1">
          <mxGeometry x="10" y="100" width="280" height="25" as="geometry" />
        </mxCell>
        <mxCell id="grp_params" value="Learned Parameters" style="swimlane;startSize=20;fillColor=#f8cecc;strokeColor=#b85450;rounded=1;fontSize=11;" parent="1" vertex="1">
          <mxGeometry x="380" y="-490" width="300" height="130" as="geometry" />
        </mxCell>
        <mxCell id="params_list" value="&lt;font size=&quot;1&quot;&gt;&lt;b&gt;SpatialFieldNetwork MLP weights&lt;/b&gt; → 27 params/node&lt;br&gt;&lt;b&gt;log_K_musk&lt;/b&gt; (N,) — Muskingum travel time&lt;br&gt;&lt;b&gt;logit_x_musk&lt;/b&gt; (N,) — Muskingum weighting&lt;br&gt;&lt;b&gt;TemporalContextEncoder&lt;/b&gt; — GRU + projections&lt;br&gt;&lt;b&gt;StateResidualCorrector&lt;/b&gt; — GRU + gate logits&lt;br&gt;&lt;b&gt;TravelTimeAttention&lt;/b&gt; — Q/K/V projections&lt;br&gt;&lt;b&gt;CorrelatedStateNoise&lt;/b&gt; — ρ, σ per variable&lt;/font&gt;" style="text;html=1;align=left;verticalAlign=top;fontSize=10;" parent="grp_params" vertex="1">
          <mxGeometry x="5" y="25" width="290" height="90" as="geometry" />
        </mxCell>
        <mxCell id="HCEVgp1oZP0yzxFW_nFa-8" style="edgeStyle=orthogonalEdgeStyle;rounded=1;orthogonalLoop=1;jettySize=auto;html=1;exitX=0.5;exitY=1;exitDx=0;exitDy=0;entryX=0.5;entryY=0;entryDx=0;entryDy=0;curved=0;fillColor=#e1d5e7;strokeColor=#9673a6;" parent="1" source="in_forcing" target="grp_tce" edge="1">
          <mxGeometry relative="1" as="geometry" />
        </mxCell>
        <mxCell id="HCEVgp1oZP0yzxFW_nFa-10" style="edgeStyle=orthogonalEdgeStyle;rounded=1;orthogonalLoop=1;jettySize=auto;html=1;exitX=0.5;exitY=1;exitDx=0;exitDy=0;entryX=0;entryY=0.5;entryDx=0;entryDy=0;curved=0;fillColor=#e1d5e7;strokeColor=#9673a6;" parent="1" source="in_coords" target="sp_fourier" edge="1">
          <mxGeometry relative="1" as="geometry" />
        </mxCell>
        <mxCell id="HCEVgp1oZP0yzxFW_nFa-11" style="edgeStyle=orthogonalEdgeStyle;rounded=1;orthogonalLoop=1;jettySize=auto;html=1;exitX=0.5;exitY=1;exitDx=0;exitDy=0;entryX=1;entryY=0.5;entryDx=0;entryDy=0;curved=0;" parent="1" source="in_terr" target="sp_concat" edge="1">
          <mxGeometry relative="1" as="geometry">
            <Array as="points">
              <mxPoint x="405" y="-70" />
              <mxPoint x="370" y="-70" />
              <mxPoint x="370" y="135" />
            </Array>
          </mxGeometry>
        </mxCell>
        <mxCell id="HCEVgp1oZP0yzxFW_nFa-12" style="edgeStyle=orthogonalEdgeStyle;rounded=1;orthogonalLoop=1;jettySize=auto;html=1;entryX=0.5;entryY=0;entryDx=0;entryDy=0;curved=0;exitX=0.5;exitY=1;exitDx=0;exitDy=0;" parent="1" source="in_state" target="grp_temporal" edge="1">
          <mxGeometry relative="1" as="geometry">
            <Array as="points">
              <mxPoint x="690" y="-90" />
              <mxPoint x="750" y="-90" />
              <mxPoint x="750" y="330" />
              <mxPoint x="485" y="330" />
            </Array>
            <mxPoint x="670" y="-110" as="sourcePoint" />
            <mxPoint x="485" y="520" as="targetPoint" />
          </mxGeometry>
        </mxCell>
        <mxCell id="HCEVgp1oZP0yzxFW_nFa-18" style="edgeStyle=orthogonalEdgeStyle;rounded=1;orthogonalLoop=1;jettySize=auto;html=1;exitX=0.5;exitY=1;exitDx=0;exitDy=0;entryX=0.75;entryY=0;entryDx=0;entryDy=0;curved=0;fillColor=#e1d5e7;strokeColor=#9673a6;" parent="1" source="in_doy" target="grp_tce" edge="1">
          <mxGeometry relative="1" as="geometry">
            <Array as="points">
              <mxPoint x="975" y="-60" />
              <mxPoint x="632" y="-60" />
            </Array>
          </mxGeometry>
        </mxCell>
        <mxCell id="HCEVgp1oZP0yzxFW_nFa-19" style="edgeStyle=orthogonalEdgeStyle;rounded=1;orthogonalLoop=1;jettySize=auto;html=1;exitX=0;exitY=0.5;exitDx=0;exitDy=0;entryX=0;entryY=0.25;entryDx=0;entryDy=0;curved=0;fillColor=#dae8fc;strokeColor=#6c8ebf;" parent="1" source="in_forcing" target="grp_vertical" edge="1">
          <mxGeometry relative="1" as="geometry">
            <Array as="points">
              <mxPoint y="-205" />
              <mxPoint y="765" />
            </Array>
          </mxGeometry>
        </mxCell>
        <mxCell id="HCEVgp1oZP0yzxFW_nFa-20" style="edgeStyle=orthogonalEdgeStyle;rounded=1;orthogonalLoop=1;jettySize=auto;html=1;exitX=0.25;exitY=0;exitDx=0;exitDy=0;entryX=0;entryY=0.5;entryDx=0;entryDy=0;curved=0;fillColor=#ffe6cc;strokeColor=#d79b00;" parent="1" source="in_graph" target="r_topo" edge="1">
          <mxGeometry relative="1" as="geometry">
            <mxPoint x="10" y="1290" as="targetPoint" />
            <Array as="points">
              <mxPoint x="513" y="-330" />
              <mxPoint x="-20" y="-330" />
              <mxPoint x="-20" y="1455" />
            </Array>
          </mxGeometry>
        </mxCell>
        <mxCell id="HCEVgp1oZP0yzxFW_nFa-22" style="edgeStyle=orthogonalEdgeStyle;rounded=1;orthogonalLoop=1;jettySize=auto;html=1;exitX=0.75;exitY=0;exitDx=0;exitDy=0;entryX=1;entryY=0.5;entryDx=0;entryDy=0;curved=0;fillColor=#ffe6cc;strokeColor=#d79b00;" parent="1" source="in_withdraw" target="r_withdraw" edge="1">
          <mxGeometry relative="1" as="geometry">
            <Array as="points">
              <mxPoint x="875" y="-330" />
              <mxPoint x="1220" y="-330" />
              <mxPoint x="1220" y="1510" />
            </Array>
          </mxGeometry>
        </mxCell>
        <mxCell id="HCEVgp1oZP0yzxFW_nFa-23" style="edgeStyle=orthogonalEdgeStyle;rounded=1;orthogonalLoop=1;jettySize=auto;html=1;exitX=1;exitY=0.5;exitDx=0;exitDy=0;entryX=1;entryY=0.5;entryDx=0;entryDy=0;curved=0;fillColor=#f8cecc;strokeColor=#b85450;" parent="1" source="in_qobs" target="grp_loss" edge="1">
          <mxGeometry relative="1" as="geometry">
            <Array as="points">
              <mxPoint x="1210" y="-205" />
              <mxPoint x="1210" y="1810" />
            </Array>
          </mxGeometry>
        </mxCell>
        <mxCell id="HCEVgp1oZP0yzxFW_nFa-24" style="edgeStyle=orthogonalEdgeStyle;rounded=1;orthogonalLoop=1;jettySize=auto;html=1;exitX=0.5;exitY=1;exitDx=0;exitDy=0;entryX=0.5;entryY=0;entryDx=0;entryDy=0;curved=0;fillColor=#dae8fc;strokeColor=#6c8ebf;" parent="1" source="grp_spatial" target="grp_vertical" edge="1">
          <mxGeometry relative="1" as="geometry">
            <Array as="points">
              <mxPoint x="200" y="520" />
              <mxPoint x="290" y="520" />
            </Array>
            <mxPoint x="220" y="650" as="sourcePoint" />
          </mxGeometry>
        </mxCell>
        <mxCell id="HCEVgp1oZP0yzxFW_nFa-25" style="edgeStyle=orthogonalEdgeStyle;rounded=1;orthogonalLoop=1;jettySize=auto;html=1;exitX=0.5;exitY=1;exitDx=0;exitDy=0;curved=0;fillColor=#d5e8d4;strokeColor=#82b366;" parent="1" source="grp_tce" target="enrich" edge="1">
          <mxGeometry relative="1" as="geometry" />
        </mxCell>
      </root>
    </mxGraphModel>
  </diagram>
</mxfile>
